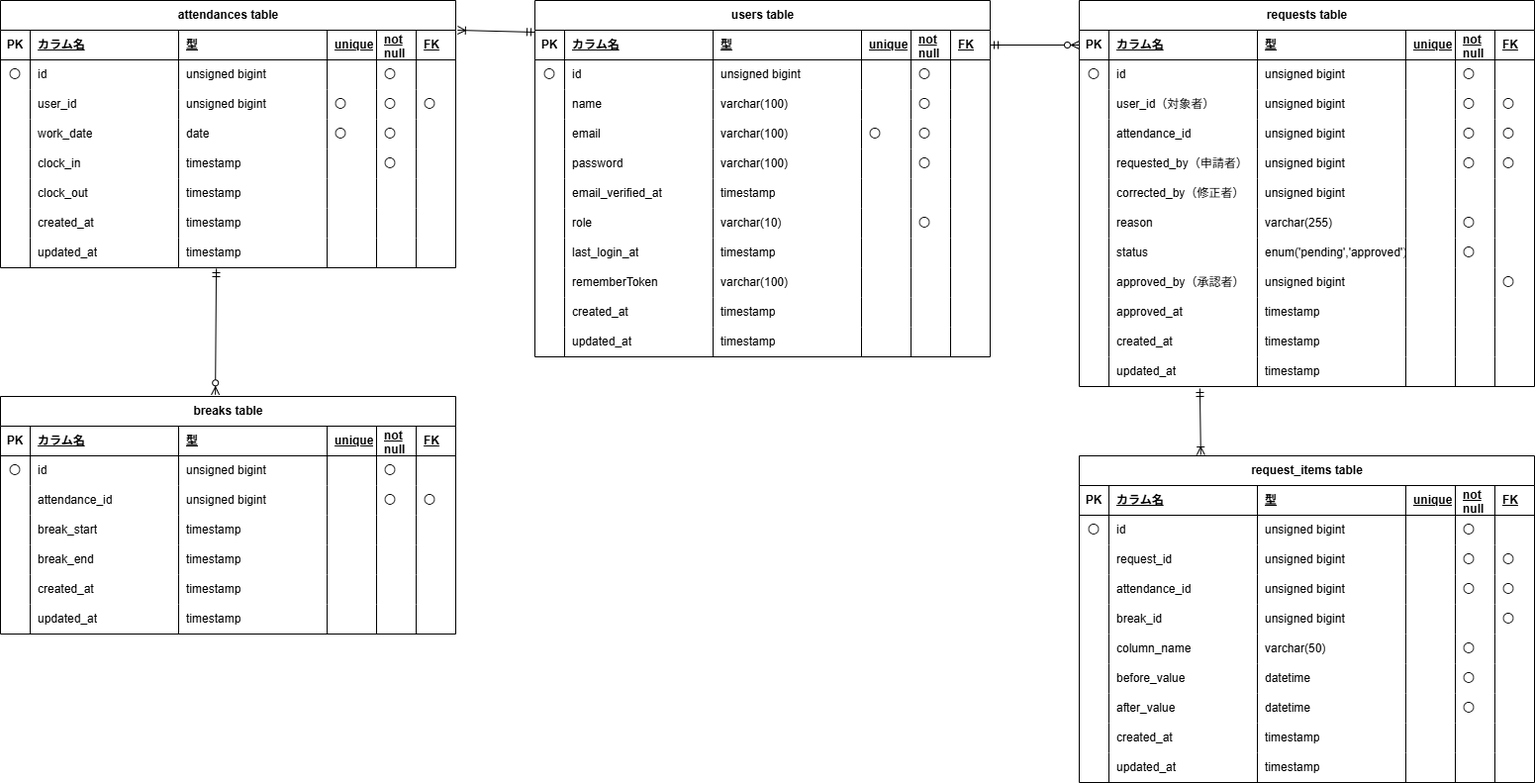
Earlier version of the draw.io export mock-case2.png (ErikoKikuchi/mock-case2). Source tidied: cells renumbered, new cells last; positions are measured from the earlier drawing's top-left corner, leaving out a move shared by most shapes.
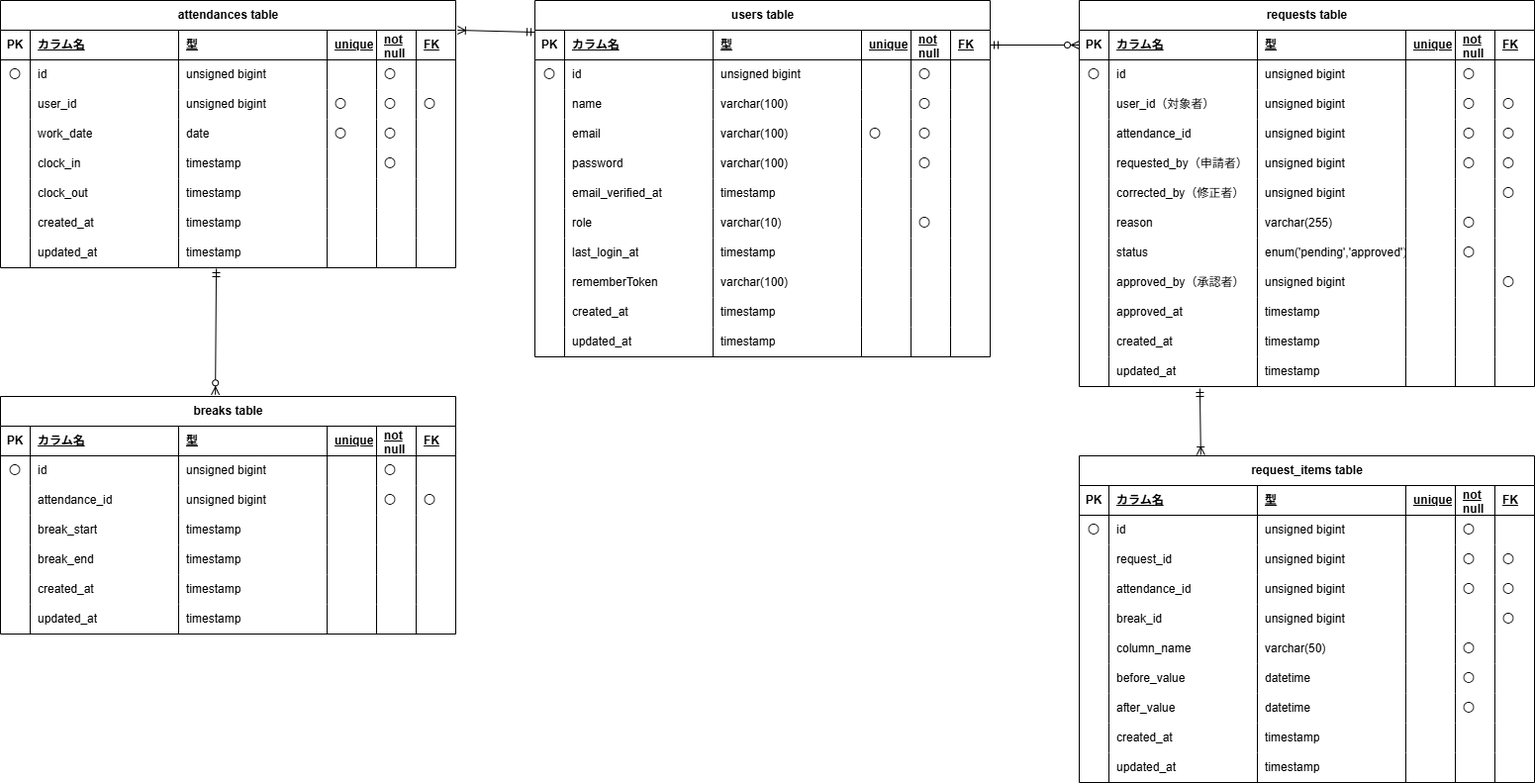
Above is the later version.

What changed in the source:
```diff
@@ -683,7 +683,7 @@
     <mxCell id="228" style="shape=partialRectangle;fillColor=none;top=0;left=0;bottom=0;right=0;align=left;spacingLeft=6;overflow=hidden;whiteSpace=wrap;html=1;" parent="223" vertex="1">
       <mxGeometry x="380" width="40" height="30" as="geometry" />
     </mxCell>
-    <mxCell id="229" style="shape=partialRectangle;fillColor=none;top=0;left=0;bottom=0;right=0;align=left;spacingLeft=6;overflow=hidden;whiteSpace=wrap;html=1;" parent="223" vertex="1">
+    <mxCell id="229" value="〇" style="shape=partialRectangle;fillColor=none;top=0;left=0;bottom=0;right=0;align=left;spacingLeft=6;overflow=hidden;whiteSpace=wrap;html=1;" parent="223" vertex="1">
       <mxGeometry x="420" width="40" height="30" as="geometry" />
     </mxCell>
     <mxCell id="230" style="shape=tableRow;horizontal=0;startSize=0;swimlaneHead=0;swimlaneBody=0;fillColor=none;top=0;left=0;right=0;bottom=0;" parent="187" vertex="1">
```
